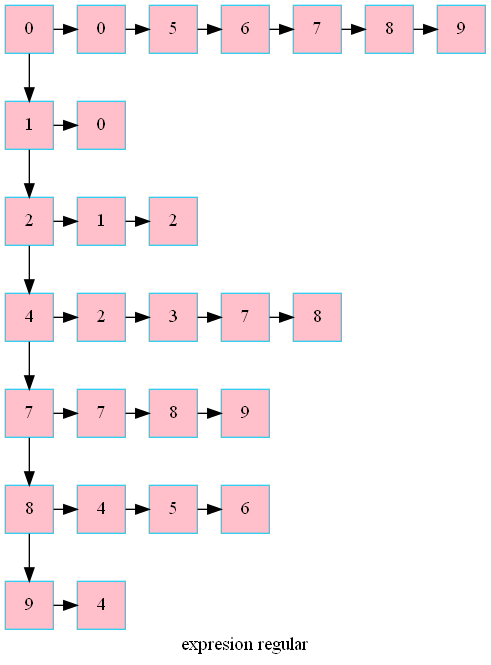
betebetoven/EDDS2F2 keeps this Graphviz diagram as grafo.png. Above is the earlier version. Its source is kept beside it as grafo.dot.
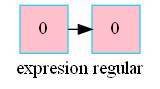
After the change.

Change to the diagram source:
```diff
@@ -6,64 +6,8 @@
         node[color = "#EEEEE"]
         node[color = "#31CEF0"]
 
-1654813927568 [label="0",fillcolor ="pink"]
-1654813933040 [label="0",fillcolor ="pink"]
-1654816221376 [label="5",fillcolor ="pink"]
-1654816220368 [label="6",fillcolor ="pink"]
-1654816214944 [label="7",fillcolor ="pink"]
-1654816215280 [label="8",fillcolor ="pink"]
-1654816215616 [label="9",fillcolor ="pink"]
-1654816216000 [label="1",fillcolor ="pink"]
-1654816296288 [label="0",fillcolor ="pink"]
-1654816220656 [label="2",fillcolor ="pink"]
-1654816296192 [label="1",fillcolor ="pink"]
-1654816219648 [label="2",fillcolor ="pink"]
-1654816298976 [label="4",fillcolor ="pink"]
-1654816301856 [label="2",fillcolor ="pink"]
-1654816218976 [label="3",fillcolor ="pink"]
-1654816219312 [label="7",fillcolor ="pink"]
-1654816218304 [label="8",fillcolor ="pink"]
-1654816218688 [label="7",fillcolor ="pink"]
-1654816298448 [label="7",fillcolor ="pink"]
-1654816216048 [label="8",fillcolor ="pink"]
-1654816216624 [label="9",fillcolor ="pink"]
-1654816008288 [label="8",fillcolor ="pink"]
-1654816297680 [label="4",fillcolor ="pink"]
-1654816217296 [label="5",fillcolor ="pink"]
-1654816217680 [label="6",fillcolor ="pink"]
-1654816010688 [label="9",fillcolor ="pink"]
-1654816298880 [label="4",fillcolor ="pink"]
-1654813927568-> 1654816216000
-1654813927568-> 1654813933040
-1654813933040-> 1654816221376
-1654816221376-> 1654816220368
-1654816220368-> 1654816214944
-1654816214944-> 1654816215280
-1654816215280-> 1654816215616
-1654816216000-> 1654816220656
-1654816216000-> 1654816296288
-1654816220656-> 1654816298976
-1654816220656-> 1654816296192
-1654816296192-> 1654816219648
-1654816298976-> 1654816218688
-1654816298976-> 1654816301856
-1654816301856-> 1654816218976
-1654816218976-> 1654816219312
-1654816219312-> 1654816218304
-1654816218688-> 1654816008288
-1654816218688-> 1654816298448
-1654816298448-> 1654816216048
-1654816216048-> 1654816216624
-1654816008288-> 1654816010688
-1654816008288-> 1654816297680
-1654816297680-> 1654816217296
-1654816217296-> 1654816217680
-1654816010688-> 1654816298880
- {rank=same; 1654813927568;1654813933040;1654816221376;1654816220368;1654816214944;1654816215280;1654816215616;}
- {rank=same; 1654816216000;1654816296288;}
- {rank=same; 1654816220656;1654816296192;1654816219648;}
- {rank=same; 1654816298976;1654816301856;1654816218976;1654816219312;1654816218304;}
- {rank=same; 1654816218688;1654816298448;1654816216048;1654816216624;}
- {rank=same; 1654816008288;1654816297680;1654816217296;1654816217680;}
- {rank=same; 1654816010688;1654816298880;}
+2390411970208 [label="0",fillcolor ="pink"]
+2390411969872 [label="0",fillcolor ="pink"]
+2390411970208-> 2390411969872
+ {rank=same; 2390411970208;2390411969872;}
  }
```
